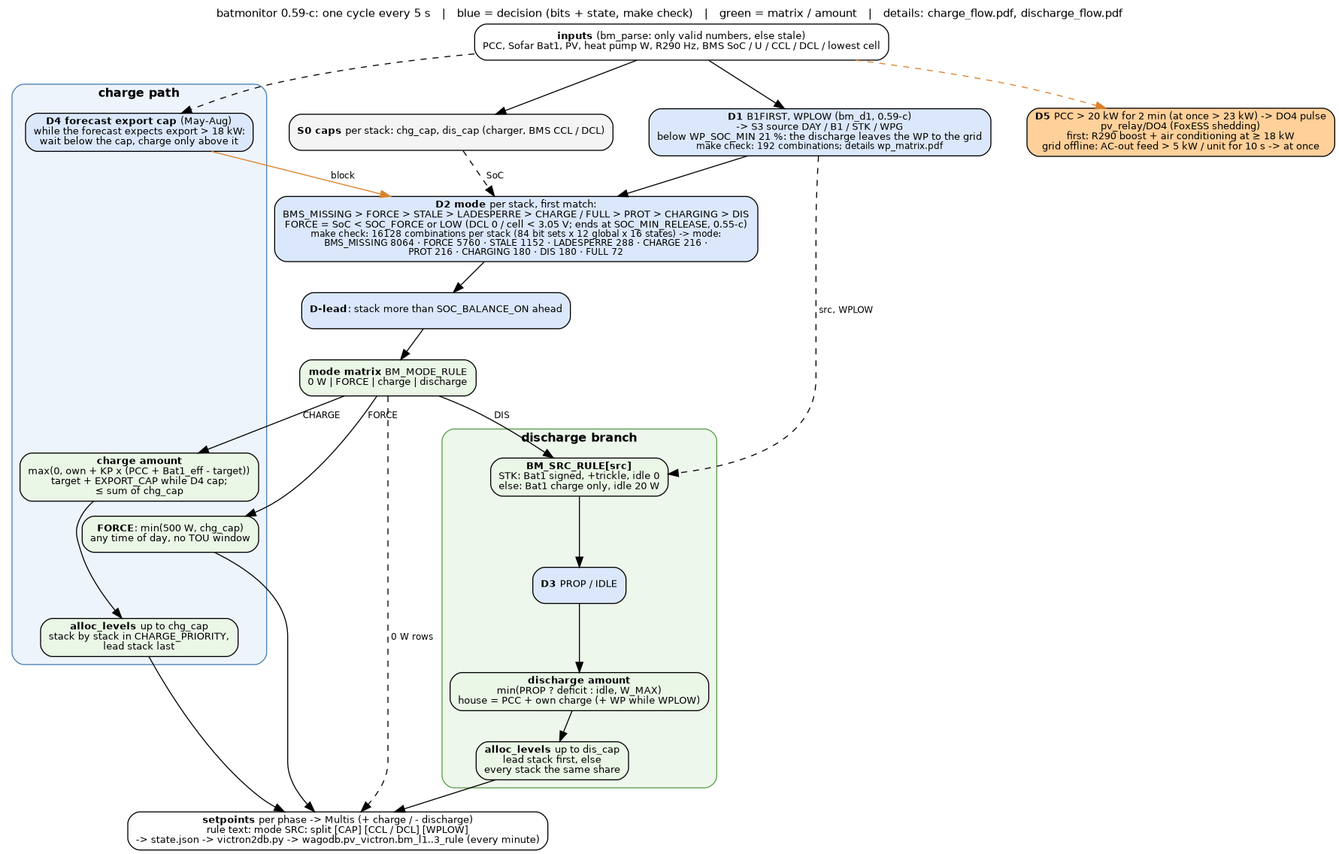
This is docs/control_flow.png from gerontec/victron, a Graphviz export, as it was before one commit. Its source is kept beside it as docs/control_flow.dot.
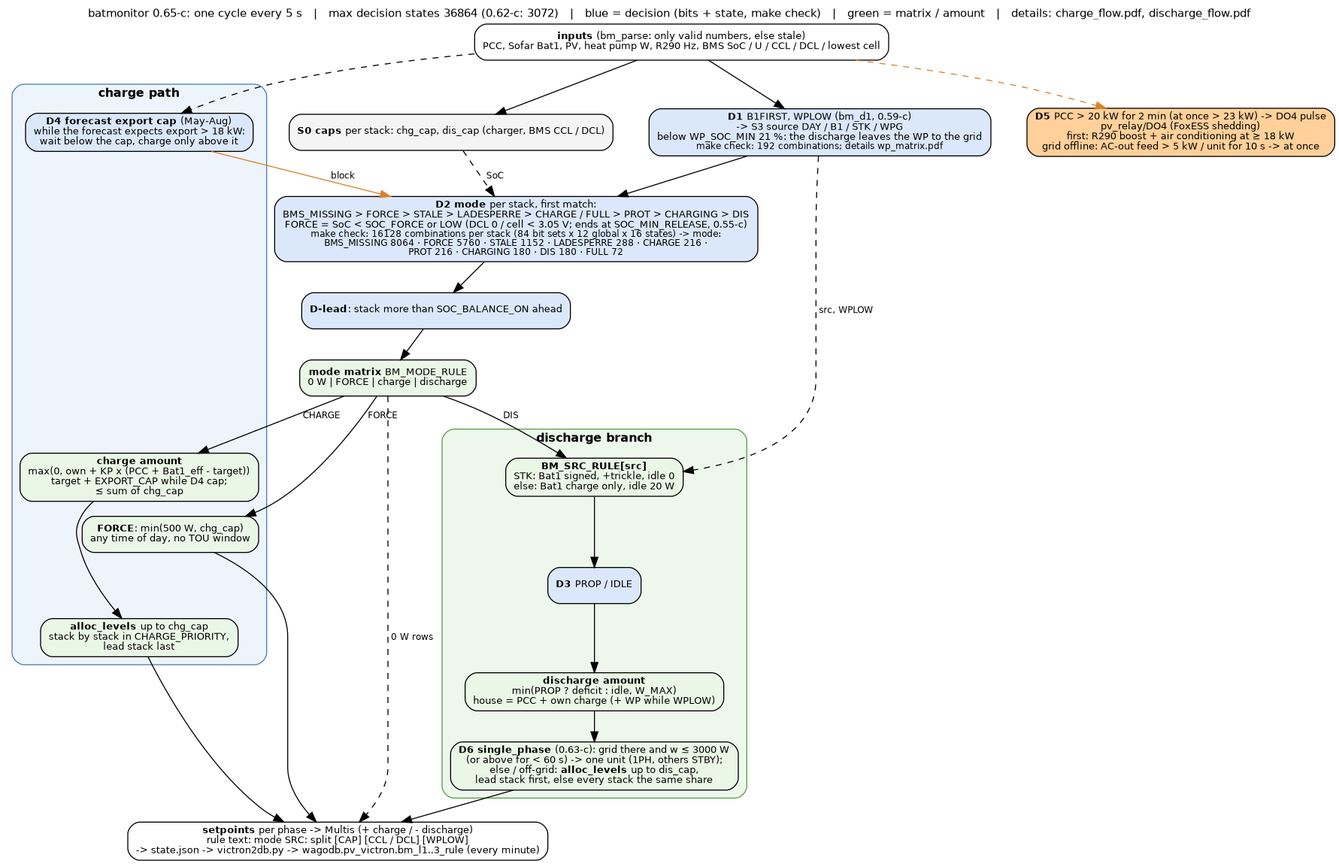
Later version of the same file.

Commit message:
batmonitor 0.65-c: one unit / all phases as decision function bm_d6, matrix redrawn

Change to the diagram source:
```diff
@@ -1,6 +1,6 @@
 digraph control {
 	graph [rankdir=TB, fontname="Helvetica", fontsize=11, nodesep=0.5, ranksep=0.4, newrank=true,
-		   label="batmonitor 0.59-c: one cycle every 5 s   |   blue = decision (bits + state, make check)   |   green = matrix / amount   |   details: charge_flow.pdf, discharge_flow.pdf",
+		   label="batmonitor 0.65-c: one cycle every 5 s   |   max decision states 36864 (0.62-c: 3072)   |   blue = decision (bits + state, make check)   |   green = matrix / amount   |   details: charge_flow.pdf, discharge_flow.pdf",
 		   labelloc=t];
 	node [shape=box, style="rounded,filled", fillcolor="#f4f4f4", fontname="Helvetica", fontsize=10];
 	edge [fontname="Helvetica", fontsize=9];
@@ -26,7 +26,7 @@
 		src [label=<<b>BM_SRC_RULE[src]</b><br/>STK: Bat1 signed, +trickle, idle 0<br/>else: Bat1 charge only, idle 20 W>, fillcolor="#eaf6e6"];
 		d3 [label=<<b>D3</b> PROP / IDLE>, fillcolor="#dbe8fb"];
 		damount [label=<<b>discharge amount</b><br/>min(PROP ? deficit : idle, W_MAX)<br/>house = PCC + own charge (+ WP while WPLOW)>, fillcolor="#eaf6e6"];
-		dsplit [label=<<b>alloc_levels</b> up to dis_cap<br/>lead stack first, else<br/>every stack the same share>, fillcolor="#eaf6e6"];
+		dsplit [label=<<b>D6 single_phase</b> (0.63-c): grid there and w &le; 3000 W<br/>(or above for &lt; 60 s) -&gt; one unit (1PH, others STBY);<br/>else / off-grid: <b>alloc_levels</b> up to dis_cap,<br/>lead stack first, else every stack the same share>, fillcolor="#eaf6e6"];
 		src -> d3 -> damount -> dsplit;
 	}
 
```
